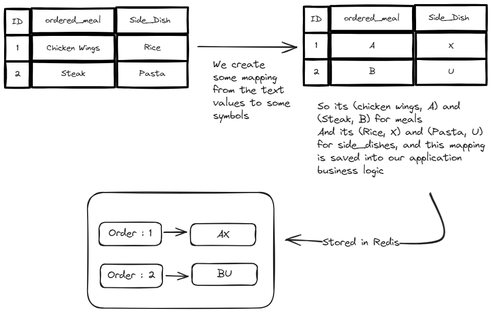
The Excalidraw diagram notes.excalidraw.png in FadyGamilM/redis-go, before a commit. Source tidied: one line per element, renumbered; positions are measured from the earlier drawing's top-left corner, leaving out a move shared by most shapes. Source of this version:
```json
{"id": 0, "type": "rectangle", "strokeColor": "#000000", "strokeWidth": 4, "roughness": 1, "x": 0, "y": 7, "width": 48, "height": 51}
{"id": 1, "type": "text", "text": "ID", "strokeColor": "#1e1e1e", "strokeWidth": 2, "roughness": 1, "fontSize": 16.44, "fontFamily": 1, "textAlign": "center", "verticalAlign": "middle", "inside": 0, "x": 13, "y": 23, "width": 22, "height": 21}
{"id": 2, "type": "rectangle", "strokeColor": "#000000", "strokeWidth": 4, "roughness": 1, "x": 52, "y": 6, "width": 162, "height": 48}
{"id": 3, "type": "text", "text": "ordered_meal", "strokeColor": "#1e1e1e", "strokeWidth": 2, "roughness": 1, "fontSize": 16.44, "fontFamily": 1, "textAlign": "center", "verticalAlign": "middle", "inside": 2, "x": 78, "y": 20, "width": 108, "height": 21}
{"id": 4, "type": "rectangle", "strokeColor": "#000000", "strokeWidth": 4, "roughness": 1, "x": 217, "y": 4, "width": 140, "height": 51}
{"id": 5, "type": "text", "text": "Side_Dish ", "strokeColor": "#1e1e1e", "strokeWidth": 2, "roughness": 1, "fontSize": 16.44, "fontFamily": 1, "textAlign": "center", "verticalAlign": "middle", "inside": 4, "x": 243, "y": 20, "width": 87, "height": 21}
{"id": 6, "type": "rectangle", "strokeColor": "#000000", "strokeWidth": 4, "roughness": 1, "x": 0, "y": 59, "width": 48, "height": 51}
{"id": 7, "type": "text", "text": "1", "strokeColor": "#1e1e1e", "strokeWidth": 2, "roughness": 1, "fontSize": 16.44, "fontFamily": 1, "textAlign": "center", "verticalAlign": "middle", "inside": 6, "x": 22, "y": 74, "width": 4, "height": 21}
{"id": 8, "type": "rectangle", "strokeColor": "#000000", "strokeWidth": 4, "roughness": 1, "x": 0, "y": 110, "width": 48, "height": 51}
{"id": 9, "type": "text", "text": "2", "strokeColor": "#1e1e1e", "strokeWidth": 2, "roughness": 1, "fontSize": 16.44, "fontFamily": 1, "textAlign": "center", "verticalAlign": "middle", "inside": 8, "x": 18, "y": 125, "width": 12, "height": 21}
{"id": 10, "type": "rectangle", "strokeColor": "#000000", "strokeWidth": 4, "roughness": 1, "x": 52, "y": 58, "width": 162, "height": 52}
{"id": 11, "type": "text", "text": "Chicken Wings", "strokeColor": "#1e1e1e", "strokeWidth": 2, "roughness": 1, "fontSize": 16.44, "fontFamily": 1, "textAlign": "center", "verticalAlign": "middle", "inside": 10, "x": 81, "y": 74, "width": 104, "height": 21}
{"id": 12, "type": "rectangle", "strokeColor": "#000000", "strokeWidth": 4, "roughness": 1, "x": 52, "y": 108, "width": 162, "height": 52}
{"id": 13, "type": "text", "text": "Steak", "strokeColor": "#1e1e1e", "strokeWidth": 2, "roughness": 1, "fontSize": 16.44, "fontFamily": 1, "textAlign": "center", "verticalAlign": "middle", "inside": 12, "x": 110, "y": 124, "width": 47, "height": 21}
{"id": 14, "type": "rectangle", "strokeColor": "#000000", "strokeWidth": 4, "roughness": 1, "x": 219, "y": 58, "width": 138, "height": 51}
{"id": 15, "type": "text", "text": "Rice", "strokeColor": "#1e1e1e", "strokeWidth": 2, "roughness": 1, "fontSize": 16.44, "fontFamily": 1, "textAlign": "center", "verticalAlign": "middle", "inside": 14, "x": 271, "y": 73, "width": 32, "height": 21}
{"id": 16, "type": "rectangle", "strokeColor": "#000000", "strokeWidth": 4, "roughness": 1, "x": 219, "y": 109, "width": 138, "height": 51}
{"id": 17, "type": "text", "text": "Pasta", "strokeColor": "#1e1e1e", "strokeWidth": 2, "roughness": 1, "fontSize": 16.44, "fontFamily": 1, "textAlign": "center", "verticalAlign": "middle", "inside": 16, "x": 262, "y": 124, "width": 51, "height": 21}
{"id": 18, "type": "arrow", "strokeColor": "#1e1e1e", "strokeWidth": 2, "roughness": 1, "endArrowhead": "arrow", "round": true, "from": 19, "to": 26, "x": 377, "y": 80, "width": 191, "height": 2, "points": [[0, 0], [191, 2]]}
{"id": 19, "type": "text", "text": "We create \nsome mapping \nfrom the text \nvalues to some \nsymbols", "strokeColor": "#1e1e1e", "strokeWidth": 2, "roughness": 1, "fontSize": 20, "fontFamily": 1, "x": 406, "y": 104, "width": 160, "height": 125}
{"id": 20, "type": "rectangle", "strokeColor": "#000000", "strokeWidth": 4, "roughness": 1, "x": 583, "y": 3, "width": 48, "height": 51}
{"id": 21, "type": "text", "text": "ID", "strokeColor": "#1e1e1e", "strokeWidth": 2, "roughness": 1, "fontSize": 16.44, "fontFamily": 1, "textAlign": "center", "verticalAlign": "middle", "inside": 20, "x": 596, "y": 18, "width": 22, "height": 21}
{"id": 22, "type": "rectangle", "strokeColor": "#000000", "strokeWidth": 4, "roughness": 1, "x": 635, "y": 2, "width": 162, "height": 48}
{"id": 23, "type": "text", "text": "ordered_meal", "strokeColor": "#1e1e1e", "strokeWidth": 2, "roughness": 1, "fontSize": 16.44, "fontFamily": 1, "textAlign": "center", "verticalAlign": "middle", "inside": 22, "x": 661, "y": 16, "width": 108, "height": 21}
{"id": 24, "type": "rectangle", "strokeColor": "#000000", "strokeWidth": 4, "roughness": 1, "x": 800, "y": 0, "width": 140, "height": 51}
{"id": 25, "type": "text", "text": "Side_Dish ", "strokeColor": "#1e1e1e", "strokeWidth": 2, "roughness": 1, "fontSize": 16.44, "fontFamily": 1, "textAlign": "center", "verticalAlign": "middle", "inside": 24, "x": 826, "y": 15, "width": 87, "height": 21}
{"id": 26, "type": "rectangle", "strokeColor": "#000000", "strokeWidth": 4, "roughness": 1, "x": 583, "y": 54, "width": 48, "height": 51}
{"id": 27, "type": "text", "text": "1", "strokeColor": "#1e1e1e", "strokeWidth": 2, "roughness": 1, "fontSize": 16.44, "fontFamily": 1, "textAlign": "center", "verticalAlign": "middle", "inside": 26, "x": 605, "y": 69, "width": 4, "height": 21}
{"id": 28, "type": "rectangle", "strokeColor": "#000000", "strokeWidth": 4, "roughness": 1, "x": 583, "y": 105, "width": 48, "height": 51}
{"id": 29, "type": "text", "text": "2", "strokeColor": "#1e1e1e", "strokeWidth": 2, "roughness": 1, "fontSize": 16.44, "fontFamily": 1, "textAlign": "center", "verticalAlign": "middle", "inside": 28, "x": 601, "y": 121, "width": 12, "height": 21}
{"id": 30, "type": "rectangle", "strokeColor": "#000000", "strokeWidth": 4, "roughness": 1, "x": 635, "y": 54, "width": 162, "height": 52}
{"id": 31, "type": "text", "text": "A", "strokeColor": "#1e1e1e", "strokeWidth": 2, "roughness": 1, "fontSize": 16.44, "fontFamily": 1, "textAlign": "center", "verticalAlign": "middle", "inside": 30, "x": 710, "y": 70, "width": 11, "height": 21}
{"id": 32, "type": "rectangle", "strokeColor": "#000000", "strokeWidth": 4, "roughness": 1, "x": 635, "y": 104, "width": 162, "height": 52}
{"id": 33, "type": "text", "text": "B", "strokeColor": "#1e1e1e", "strokeWidth": 2, "roughness": 1, "fontSize": 16.44, "fontFamily": 1, "textAlign": "center", "verticalAlign": "middle", "inside": 32, "x": 710, "y": 120, "width": 12, "height": 21}
{"id": 34, "type": "rectangle", "strokeColor": "#000000", "strokeWidth": 4, "roughness": 1, "x": 802, "y": 54, "width": 138, "height": 51}
{"id": 35, "type": "text", "text": "X", "strokeColor": "#1e1e1e", "strokeWidth": 2, "roughness": 1, "fontSize": 16.44, "fontFamily": 1, "textAlign": "center", "verticalAlign": "middle", "inside": 34, "x": 865, "y": 69, "width": 10, "height": 21}
{"id": 36, "type": "rectangle", "strokeColor": "#000000", "strokeWidth": 4, "roughness": 1, "x": 802, "y": 105, "width": 138, "height": 51}
{"id": 37, "type": "text", "text": "U", "strokeColor": "#1e1e1e", "strokeWidth": 2, "roughness": 1, "fontSize": 16.44, "fontFamily": 1, "textAlign": "center", "verticalAlign": "middle", "inside": 36, "x": 865, "y": 120, "width": 12, "height": 21}
{"id": 38, "type": "text", "text": "So its (chicken wings, A) and \n(Steak, B) for meals\nAnd its (Rice, X) and (Pasta, U)\nfor side_dishes, and this mapping \nis saved into our application \nbusiness logic", "strokeColor": "#1e1e1e", "strokeWidth": 2, "roughness": 1, "fontSize": 20, "fontFamily": 1, "x": 610, "y": 186, "width": 337, "height": 150}
{"id": 39, "type": "arrow", "strokeColor": "#1e1e1e", "strokeWidth": 2, "roughness": 1, "endArrowhead": "arrow", "round": true, "from": 38, "to": 51, "x": 827, "y": 366, "width": 305, "height": 103, "points": [[0, 0], [22, 90], [-120, 97], [-141, 103], [-217, 93], [-283, 92]]}
{"id": 40, "type": "text", "text": "Stored in Redis", "strokeColor": "#1e1e1e", "strokeWidth": 2, "roughness": 1, "fontSize": 20, "fontFamily": 1, "textAlign": "center", "verticalAlign": "middle", "inside": 39, "x": 748, "y": 439, "width": 150, "height": 25}
{"id": 41, "type": "rectangle", "strokeColor": "#1e1e1e", "strokeWidth": 2, "roughness": 1, "round": true, "x": 183, "y": 423, "width": 121, "height": 45}
{"id": 42, "type": "text", "text": "Order : 1", "strokeColor": "#1e1e1e", "strokeWidth": 2, "roughness": 1, "fontSize": 20, "fontFamily": 1, "textAlign": "center", "verticalAlign": "middle", "inside": 41, "x": 202, "y": 433, "width": 84, "height": 25}
{"id": 43, "type": "rectangle", "strokeColor": "#1e1e1e", "strokeWidth": 2, "roughness": 1, "round": true, "x": 186, "y": 505, "width": 121, "height": 45}
{"id": 44, "type": "text", "text": "Order : 2", "strokeColor": "#1e1e1e", "strokeWidth": 2, "roughness": 1, "fontSize": 20, "fontFamily": 1, "textAlign": "center", "verticalAlign": "middle", "inside": 43, "x": 200, "y": 515, "width": 93, "height": 25}
{"id": 45, "type": "arrow", "strokeColor": "#1e1e1e", "strokeWidth": 2, "roughness": 1, "endArrowhead": "arrow", "round": true, "from": 41, "to": 46, "x": 310, "y": 443, "width": 44, "height": 1, "points": [[0, 0], [44, -1]]}
{"id": 46, "type": "rectangle", "strokeColor": "#1e1e1e", "strokeWidth": 2, "roughness": 1, "round": true, "x": 362, "y": 426, "width": 127, "height": 43}
{"id": 47, "type": "text", "text": "AX", "strokeColor": "#1e1e1e", "strokeWidth": 2, "roughness": 1, "fontSize": 20, "fontFamily": 1, "textAlign": "center", "verticalAlign": "middle", "inside": 46, "x": 413, "y": 435, "width": 25, "height": 25}
{"id": 48, "type": "rectangle", "strokeColor": "#1e1e1e", "strokeWidth": 2, "roughness": 1, "round": true, "x": 365, "y": 503, "width": 127, "height": 43}
{"id": 49, "type": "text", "text": "BU", "strokeColor": "#1e1e1e", "strokeWidth": 2, "roughness": 1, "fontSize": 20, "fontFamily": 1, "textAlign": "center", "verticalAlign": "middle", "inside": 48, "x": 414, "y": 512, "width": 29, "height": 25}
{"id": 50, "type": "arrow", "strokeColor": "#1e1e1e", "strokeWidth": 2, "roughness": 1, "endArrowhead": "arrow", "round": true, "from": 43, "to": 48, "x": 314, "y": 528, "width": 43, "height": 1, "points": [[0, 0], [43, 1]]}
{"id": 51, "type": "rectangle", "strokeColor": "#1e1e1e", "strokeWidth": 2, "roughness": 1, "round": true, "x": 161, "y": 365, "width": 364, "height": 225}
```
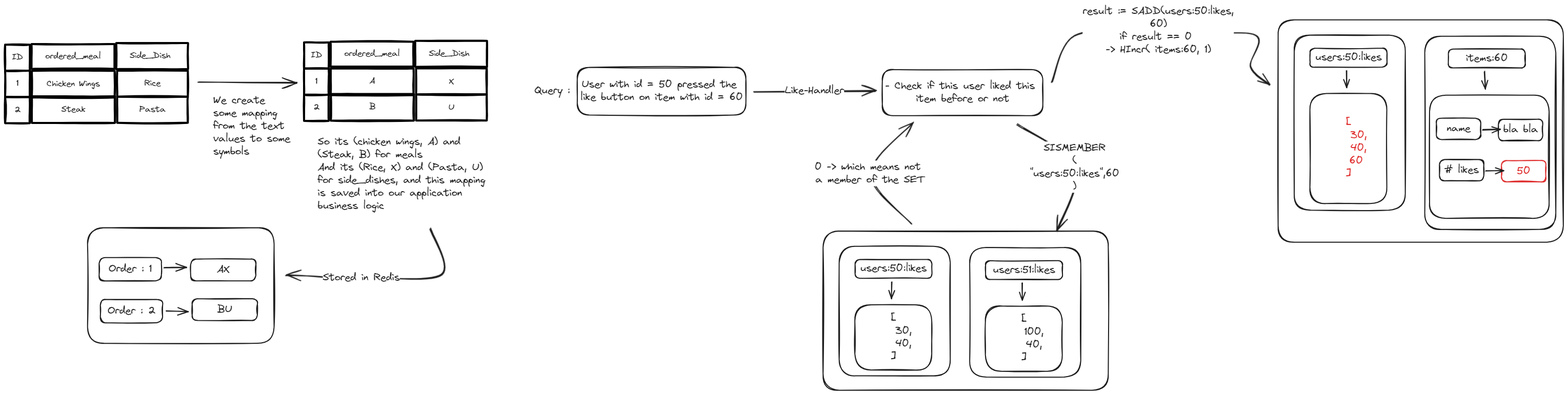
The same file after the commit.

Commit message:
implement like system

What changed in the source:
```diff
@@ -50,3 +50,51 @@
 {"id": 49, "type": "text", "text": "BU", "strokeColor": "#1e1e1e", "strokeWidth": 2, "roughness": 1, "fontSize": 20, "fontFamily": 1, "textAlign": "center", "verticalAlign": "middle", "inside": 48, "x": 414, "y": 512, "width": 29, "height": 25}
 {"id": 50, "type": "arrow", "strokeColor": "#1e1e1e", "strokeWidth": 2, "roughness": 1, "endArrowhead": "arrow", "round": true, "from": 43, "to": 48, "x": 314, "y": 528, "width": 43, "height": 1, "points": [[0, 0], [43, 1]]}
 {"id": 51, "type": "rectangle", "strokeColor": "#1e1e1e", "strokeWidth": 2, "roughness": 1, "round": true, "x": 161, "y": 365, "width": 364, "height": 225}
+{"id": 52, "type": "rectangle", "strokeColor": "#1e1e1e", "strokeWidth": 2, "roughness": 1, "round": true, "x": 1116, "y": 52, "width": 329, "height": 93}
+{"id": 53, "type": "text", "text": "User with id = 50 pressed the \nlike button on item with id = 60", "strokeColor": "#1e1e1e", "strokeWidth": 2, "roughness": 1, "fontSize": 20, "fontFamily": 1, "textAlign": "center", "verticalAlign": "middle", "inside": 52, "x": 1122, "y": 73, "width": 317, "height": 50}
+{"id": 54, "type": "text", "text": "Query :", "strokeColor": "#1e1e1e", "strokeWidth": 2, "roughness": 1, "fontSize": 20, "fontFamily": 1, "x": 1032, "y": 85, "width": 69, "height": 25}
+{"id": 55, "type": "arrow", "strokeColor": "#1e1e1e", "strokeWidth": 2, "roughness": 1, "endArrowhead": "arrow", "round": true, "from": 52, "to": 57, "x": 1459, "y": 98, "width": 237, "height": 1, "points": [[0, 0], [237, -1]]}
+{"id": 56, "type": "text", "text": "Like-Handler", "strokeColor": "#1e1e1e", "strokeWidth": 2, "roughness": 1, "fontSize": 20, "fontFamily": 1, "textAlign": "center", "verticalAlign": "middle", "inside": 55, "x": 1594, "y": 86, "width": 115, "height": 25}
+{"id": 57, "type": "rectangle", "strokeColor": "#1e1e1e", "strokeWidth": 2, "roughness": 1, "round": true, "x": 1711, "y": 56, "width": 313, "height": 90}
+{"id": 58, "type": "text", "text": "- Check if this user liked this \nitem before or not", "strokeColor": "#1e1e1e", "strokeWidth": 2, "roughness": 1, "fontSize": 20, "fontFamily": 1, "textAlign": "center", "verticalAlign": "middle", "inside": 57, "x": 1716, "y": 76, "width": 302, "height": 50}
+{"id": 59, "type": "arrow", "strokeColor": "#1e1e1e", "strokeWidth": 2, "roughness": 1, "endArrowhead": "arrow", "round": true, "from": 57, "to": 61, "x": 1972, "y": 162, "width": 113, "height": 208, "points": [[0, 0], [113, 85], [78, 208]]}
+{"id": 60, "type": "text", "text": "SISMEMBER\n(\n\"users:50:likes\",60\n)", "strokeColor": "#1e1e1e", "strokeWidth": 2, "roughness": 1, "fontSize": 20, "fontFamily": 1, "textAlign": "center", "verticalAlign": "middle", "inside": 59, "x": 2002, "y": 201, "width": 174, "height": 100}
+{"id": 61, "type": "rectangle", "strokeColor": "#1e1e1e", "strokeWidth": 2, "roughness": 1, "round": true, "x": 1595, "y": 371, "width": 556, "height": 311}
+{"id": 62, "type": "rectangle", "strokeColor": "#1e1e1e", "strokeWidth": 2, "roughness": 1, "round": true, "x": 1627, "y": 401, "width": 217, "height": 253}
+{"id": 63, "type": "rectangle", "strokeColor": "#1e1e1e", "strokeWidth": 2, "roughness": 1, "round": true, "x": 1658, "y": 427, "width": 150, "height": 37}
+{"id": 64, "type": "text", "text": "users:50:likes", "strokeColor": "#1e1e1e", "strokeWidth": 2, "roughness": 1, "fontSize": 20, "fontFamily": 1, "textAlign": "center", "verticalAlign": "middle", "inside": 63, "x": 1668, "y": 433, "width": 130, "height": 25}
+{"id": 65, "type": "rectangle", "strokeColor": "#1e1e1e", "strokeWidth": 2, "roughness": 1, "round": true, "x": 1657, "y": 515, "width": 150, "height": 127}
+{"id": 66, "type": "text", "text": "[\n    30,\n    40,\n]", "strokeColor": "#1e1e1e", "strokeWidth": 2, "roughness": 1, "fontSize": 20, "fontFamily": 1, "textAlign": "center", "verticalAlign": "middle", "inside": 65, "x": 1696, "y": 529, "width": 73, "height": 100}
+{"id": 67, "type": "arrow", "strokeColor": "#1e1e1e", "strokeWidth": 2, "roughness": 1, "endArrowhead": "arrow", "round": true, "from": 63, "to": 65, "x": 1729, "y": 471, "width": 0, "height": 33, "points": [[0, 0], [0, 33]]}
+{"id": 68, "type": "rectangle", "strokeColor": "#1e1e1e", "strokeWidth": 2, "roughness": 1, "round": true, "x": 1881, "y": 403, "width": 217, "height": 253}
+{"id": 69, "type": "rectangle", "strokeColor": "#1e1e1e", "strokeWidth": 2, "roughness": 1, "round": true, "x": 1912, "y": 429, "width": 150, "height": 37}
+{"id": 70, "type": "text", "text": "users:51:likes", "strokeColor": "#1e1e1e", "strokeWidth": 2, "roughness": 1, "fontSize": 20, "fontFamily": 1, "textAlign": "center", "verticalAlign": "middle", "inside": 69, "x": 1927, "y": 435, "width": 121, "height": 25}
+{"id": 71, "type": "rectangle", "strokeColor": "#1e1e1e", "strokeWidth": 2, "roughness": 1, "round": true, "x": 1912, "y": 518, "width": 150, "height": 127}
+{"id": 72, "type": "text", "text": "[\n    100,\n    40,\n]", "strokeColor": "#1e1e1e", "strokeWidth": 2, "roughness": 1, "fontSize": 20, "fontFamily": 1, "textAlign": "center", "verticalAlign": "middle", "inside": 71, "x": 1948, "y": 531, "width": 78, "height": 100}
+{"id": 73, "type": "arrow", "strokeColor": "#1e1e1e", "strokeWidth": 2, "roughness": 1, "endArrowhead": "arrow", "round": true, "from": 69, "to": 71, "x": 1983, "y": 473, "width": 0, "height": 33, "points": [[0, 0], [0, 33]]}
+{"id": 74, "type": "arrow", "strokeColor": "#1e1e1e", "strokeWidth": 2, "roughness": 1, "endArrowhead": "arrow", "round": true, "from": 61, "to": 57, "x": 1767, "y": 356, "width": 84, "height": 198, "points": [[0, 0], [-80, -97], [4, -198]]}
+{"id": 75, "type": "text", "text": "0 -> which means not \na member of the SET", "strokeColor": "#1e1e1e", "strokeWidth": 2, "roughness": 1, "fontSize": 20, "fontFamily": 1, "textAlign": "center", "verticalAlign": "middle", "inside": 74, "x": 1661, "y": 232, "width": 217, "height": 50}
+{"id": 76, "type": "arrow", "strokeColor": "#1e1e1e", "strokeWidth": 2, "roughness": 1, "endArrowhead": "arrow", "round": true, "x": 2040, "y": 80, "width": 424, "height": 106, "points": [[0, 0], [44, -91], [180, -100], [209, -87], [394, -93], [388, -29], [424, 6]]}
+{"id": 77, "type": "text", "text": "result := SADD(users:50:likes,\n60)\nif result == 0 \n-> HIncr( items:60, 1)\n  ", "strokeColor": "#1e1e1e", "strokeWidth": 2, "roughness": 1, "fontSize": 20, "fontFamily": 1, "textAlign": "center", "verticalAlign": "middle", "inside": 76, "x": 2101, "y": -70, "width": 295, "height": 125}
+{"id": 78, "type": "rectangle", "strokeColor": "#1e1e1e", "strokeWidth": 2, "roughness": 1, "round": true, "x": 2483, "y": -41, "width": 556, "height": 434}
+{"id": 79, "type": "rectangle", "strokeColor": "#1e1e1e", "strokeWidth": 2, "roughness": 1, "round": true, "x": 2514, "y": -11, "width": 217, "height": 342}
+{"id": 80, "type": "rectangle", "strokeColor": "#1e1e1e", "strokeWidth": 2, "roughness": 1, "round": true, "x": 2545, "y": 14, "width": 150, "height": 37}
+{"id": 81, "type": "text", "text": "users:50:likes", "strokeColor": "#1e1e1e", "strokeWidth": 2, "roughness": 1, "fontSize": 20, "fontFamily": 1, "textAlign": "center", "verticalAlign": "middle", "inside": 80, "x": 2555, "y": 20, "width": 130, "height": 25}
+{"id": 82, "type": "rectangle", "strokeColor": "#1e1e1e", "strokeWidth": 2, "roughness": 1, "round": true, "x": 2545, "y": 103, "width": 150, "height": 215}
+{"id": 83, "type": "text", "text": "[\n    30,\n    40,\n   60\n]", "strokeColor": "#e03131", "strokeWidth": 2, "roughness": 1, "fontSize": 20, "fontFamily": 1, "textAlign": "center", "verticalAlign": "middle", "inside": 82, "x": 2583, "y": 148, "width": 73, "height": 125}
+{"id": 84, "type": "arrow", "strokeColor": "#1e1e1e", "strokeWidth": 2, "roughness": 1, "endArrowhead": "arrow", "round": true, "from": 80, "to": 82, "x": 2616, "y": 58, "width": 0, "height": 33, "points": [[0, 0], [0, 33]]}
+{"id": 85, "type": "rectangle", "strokeColor": "#1e1e1e", "strokeWidth": 2, "roughness": 1, "round": true, "x": 2769, "y": -9, "width": 256, "height": 377}
+{"id": 86, "type": "rectangle", "strokeColor": "#1e1e1e", "strokeWidth": 2, "roughness": 1, "round": true, "x": 2815, "y": 16, "width": 150, "height": 37}
+{"id": 87, "type": "text", "text": "items:60", "strokeColor": "#1e1e1e", "strokeWidth": 2, "roughness": 1, "fontSize": 20, "fontFamily": 1, "textAlign": "center", "verticalAlign": "middle", "inside": 86, "x": 2849, "y": 22, "width": 82, "height": 25}
+{"id": 88, "type": "rectangle", "strokeColor": "#1e1e1e", "strokeWidth": 2, "roughness": 1, "round": true, "x": 2778, "y": 106, "width": 233, "height": 240}
+{"id": 89, "type": "arrow", "strokeColor": "#1e1e1e", "strokeWidth": 2, "roughness": 1, "endArrowhead": "arrow", "round": true, "from": 86, "to": 88, "x": 2886, "y": 60, "width": 1, "height": 34, "points": [[0, 0], [1, 34]]}
+{"id": 90, "type": "rectangle", "strokeColor": "#1e1e1e", "strokeWidth": 2, "roughness": 1, "round": true, "x": 2791, "y": 151, "width": 87, "height": 42}
+{"id": 91, "type": "text", "text": "name", "strokeColor": "#1e1e1e", "strokeWidth": 2, "roughness": 1, "fontSize": 20, "fontFamily": 1, "textAlign": "center", "verticalAlign": "middle", "inside": 90, "x": 2811, "y": 159, "width": 46, "height": 25}
+{"id": 92, "type": "rectangle", "strokeColor": "#1e1e1e", "strokeWidth": 2, "roughness": 1, "round": true, "x": 2912, "y": 153, "width": 87, "height": 42}
+{"id": 93, "type": "text", "text": "bla bla", "strokeColor": "#1e1e1e", "strokeWidth": 2, "roughness": 1, "fontSize": 20, "fontFamily": 1, "textAlign": "center", "verticalAlign": "middle", "inside": 92, "x": 2922, "y": 161, "width": 68, "height": 25}
+{"id": 94, "type": "arrow", "strokeColor": "#1e1e1e", "strokeWidth": 2, "roughness": 1, "endArrowhead": "arrow", "round": true, "x": 2882, "y": 173, "width": 34, "height": 1, "points": [[0, 0], [34, -1]]}
+{"id": 95, "type": "rectangle", "strokeColor": "#1e1e1e", "strokeWidth": 2, "roughness": 1, "round": true, "x": 2797, "y": 232, "width": 87, "height": 42}
+{"id": 96, "type": "text", "text": "# likes", "strokeColor": "#1e1e1e", "strokeWidth": 2, "roughness": 1, "fontSize": 20, "fontFamily": 1, "textAlign": "center", "verticalAlign": "middle", "inside": 95, "x": 2807, "y": 240, "width": 67, "height": 25}
+{"id": 97, "type": "rectangle", "strokeColor": "#e03131", "strokeWidth": 2, "roughness": 1, "round": true, "x": 2918, "y": 234, "width": 87, "height": 42}
+{"id": 98, "type": "text", "text": "50", "strokeColor": "#e03131", "strokeWidth": 2, "roughness": 1, "fontSize": 20, "fontFamily": 1, "textAlign": "center", "verticalAlign": "middle", "inside": 97, "x": 2948, "y": 242, "width": 26, "height": 25}
+{"id": 99, "type": "arrow", "strokeColor": "#1e1e1e", "strokeWidth": 2, "roughness": 1, "endArrowhead": "arrow", "round": true, "from": 95, "x": 2888, "y": 254, "width": 34, "height": 1, "points": [[0, 0], [34, -1]]}
```
